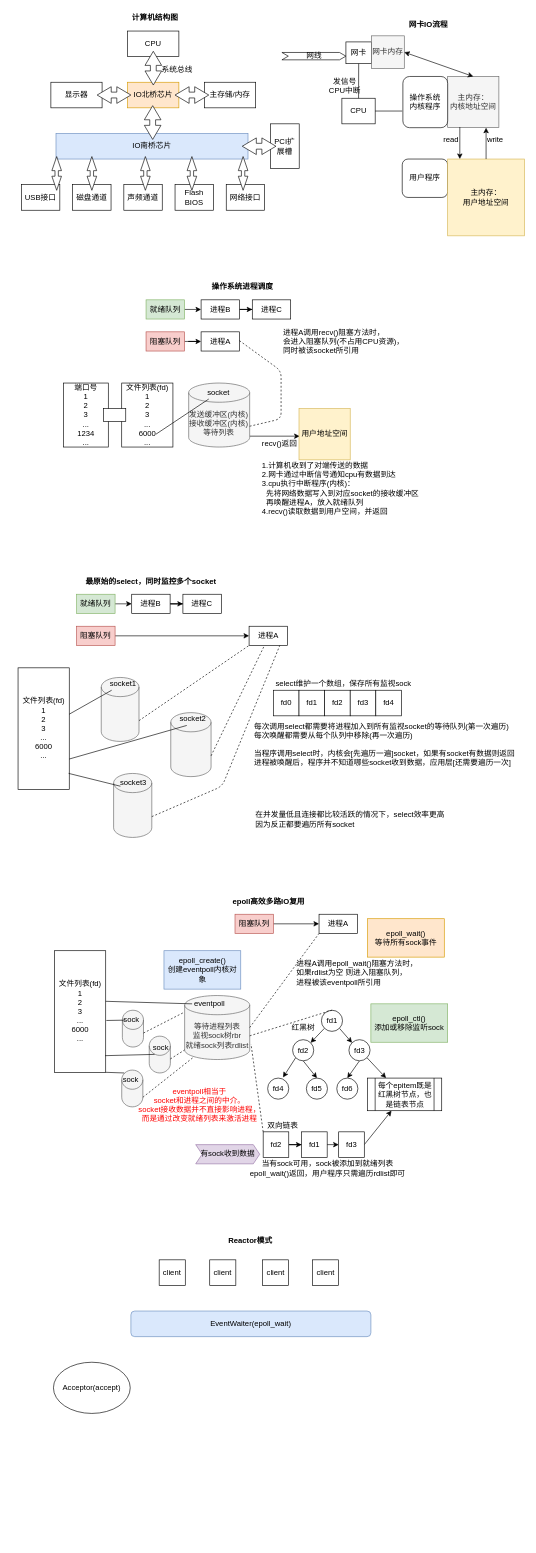
This is epoll.drawio from xuelei20/drawio, a draw.io file, before an edit. Source tidied: cells renumbered, new cells numbered last; positions are measured from the earlier drawing's top-left corner, leaving out a move shared by most shapes. Both pictures are drawn from the tidied source at 64%, with x=0, y=0 at pixel (18, 11).
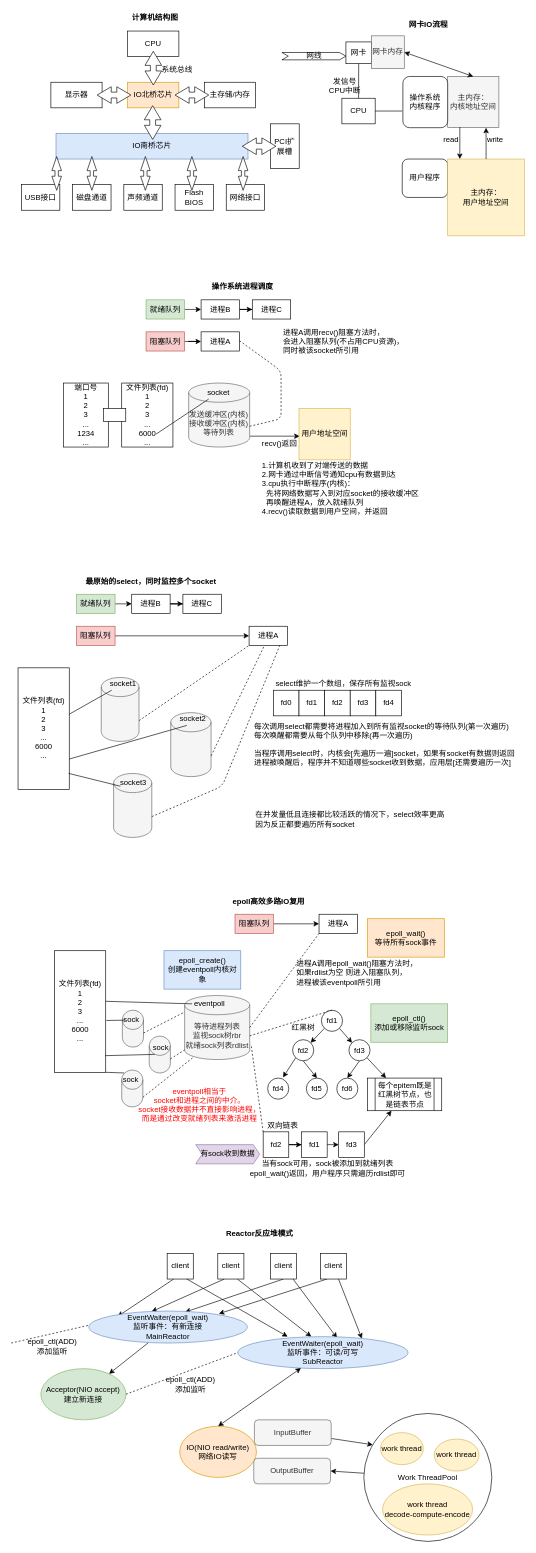
The same diagram, later.

Commit message:
Reactor反应堆模式

The edit, as a diff of the source:
```diff
@@
-    <mxCell id="144" value="Reactor模式" style="text;html=1;strokeColor=none;fillColor=none;align=center;verticalAlign=middle;whiteSpace=wrap;rounded=0;fontStyle=1;" parent="1" vertex="1">
-      <mxGeometry x="327.3" y="1911" width="72.3" height="20" as="geometry" />
+    <mxCell id="144" value="Reactor反应堆模式" style="text;html=1;strokeColor=none;fillColor=none;align=center;verticalAlign=middle;whiteSpace=wrap;rounded=0;fontStyle=1;" parent="1" vertex="1">
+      <mxGeometry x="315.7" y="1901" width="123.3" height="20" as="geometry" />
     </mxCell>
+    <mxCell id="151" style="rounded=0;jettySize=auto;html=1;entryX=0.182;entryY=0.167;entryDx=0;entryDy=0;entryPerimeter=0;exitX=0.25;exitY=1;exitDx=0;exitDy=0;" parent="1" edge="1" source="145" target="149">
+      <mxGeometry relative="1" as="geometry" />
+    </mxCell>
     <mxCell id="145" value="client" style="rounded=0;whiteSpace=wrap;html=1;" parent="1" vertex="1">
-      <mxGeometry x="220.2" y="1951" width="40.8" height="40" as="geometry" />
+      <mxGeometry x="232.7" y="1941" width="40.8" height="40" as="geometry" />
     </mxCell>
+    <mxCell id="152" style="edgeStyle=none;rounded=0;jettySize=auto;html=1;entryX=0.396;entryY=0.017;entryDx=0;entryDy=0;entryPerimeter=0;exitX=0.25;exitY=1;exitDx=0;exitDy=0;" parent="1" edge="1" source="146" target="149">
+      <mxGeometry relative="1" as="geometry" />
+    </mxCell>
+    <mxCell id="153" style="edgeStyle=none;rounded=0;jettySize=auto;html=1;entryX=0.432;entryY=0;entryDx=0;entryDy=0;entryPerimeter=0;exitX=0.75;exitY=1;exitDx=0;exitDy=0;" parent="1" edge="1" source="146" target="163">
+      <mxGeometry relative="1" as="geometry" />
+    </mxCell>
     <mxCell id="146" value="client" style="rounded=0;whiteSpace=wrap;html=1;" parent="1" vertex="1">
-      <mxGeometry x="299.2" y="1951" width="40.8" height="40" as="geometry" />
+      <mxGeometry x="311.8" y="1941" width="40.8" height="40" as="geometry" />
     </mxCell>
+    <mxCell id="154" style="edgeStyle=none;rounded=0;jettySize=auto;html=1;exitX=0.5;exitY=1;exitDx=0;exitDy=0;entryX=0.607;entryY=0.033;entryDx=0;entryDy=0;entryPerimeter=0;" parent="1" edge="1" source="147" target="149">
+      <mxGeometry relative="1" as="geometry" />
+    </mxCell>
+    <mxCell id="155" style="edgeStyle=none;rounded=0;jettySize=auto;html=1;entryX=0.583;entryY=0.04;entryDx=0;entryDy=0;entryPerimeter=0;" parent="1" edge="1" source="147" target="163">
+      <mxGeometry relative="1" as="geometry" />
+    </mxCell>
     <mxCell id="147" value="client" style="rounded=0;whiteSpace=wrap;html=1;" parent="1" vertex="1">
-      <mxGeometry x="381.5" y="1951" width="40.8" height="40" as="geometry" />
+      <mxGeometry x="394" y="1941" width="40.8" height="40" as="geometry" />
     </mxCell>
+    <mxCell id="156" style="edgeStyle=none;rounded=0;jettySize=auto;html=1;entryX=0.82;entryY=0.083;entryDx=0;entryDy=0;entryPerimeter=0;exitX=0.25;exitY=1;exitDx=0;exitDy=0;" parent="1" edge="1" source="148" target="149">
+      <mxGeometry relative="1" as="geometry" />
+    </mxCell>
+    <mxCell id="157" style="edgeStyle=none;rounded=0;jettySize=auto;html=1;entryX=0.729;entryY=0.06;entryDx=0;entryDy=0;entryPerimeter=0;" parent="1" edge="1" source="148" target="163">
+      <mxGeometry relative="1" as="geometry" />
+    </mxCell>
     <mxCell id="148" value="client" style="rounded=0;whiteSpace=wrap;html=1;" parent="1" vertex="1">
-      <mxGeometry x="459.7" y="1951" width="40.8" height="40" as="geometry" />
+      <mxGeometry x="472.2" y="1941" width="40.8" height="40" as="geometry" />
     </mxCell>
+    <mxCell id="158" style="edgeStyle=none;rounded=0;jettySize=auto;html=1;" parent="1" edge="1" source="149" target="150">
+      <mxGeometry relative="1" as="geometry" />
+    </mxCell>
-    <mxCell id="149" value="EventWaiter(epoll_wait)" style="rounded=1;whiteSpace=wrap;html=1;fillColor=#dae8fc;strokeColor=#6c8ebf;" parent="1" vertex="1">
-      <mxGeometry x="176" y="2031" width="375" height="40" as="geometry" />
+    <mxCell id="149" value="EventWaiter(epoll_wait)&lt;br&gt;监听事件：有新连接&lt;br&gt;MainReactor" style="ellipse;whiteSpace=wrap;html=1;fillColor=#dae8fc;strokeColor=#6c8ebf;" parent="1" vertex="1">
+      <mxGeometry x="110.3" y="2031" width="247.7" height="50" as="geometry" />
     </mxCell>
-    <mxCell id="150" value="Acceptor(accept)" style="ellipse;whiteSpace=wrap;html=1;" parent="1" vertex="1">
-      <mxGeometry x="55" y="2111" width="120" height="80" as="geometry" />
+    <mxCell id="150" value="Acceptor(NIO accept)&lt;br&gt;建立新连接" style="ellipse;whiteSpace=wrap;html=1;fillColor=#d5e8d4;strokeColor=#82b366;" parent="1" vertex="1">
+      <mxGeometry x="35.3" y="2121" width="133" height="80" as="geometry" />
     </mxCell>
+    <mxCell id="159" value="IO(NIO read/write)&lt;br&gt;网络IO读写" style="ellipse;whiteSpace=wrap;html=1;fillColor=#ffe6cc;strokeColor=#d79b00;" parent="1" vertex="1">
+      <mxGeometry x="252.3" y="2211" width="120" height="80" as="geometry" />
+    </mxCell>
+    <mxCell id="160" style="edgeStyle=none;rounded=0;jettySize=auto;html=1;entryX=0.07;entryY=0.245;entryDx=0;entryDy=0;entryPerimeter=0;" parent="1" edge="1" source="161" target="171">
+      <mxGeometry relative="1" as="geometry" />
+    </mxCell>
+    <mxCell id="161" value="InputBuffer" style="rounded=1;whiteSpace=wrap;html=1;fillColor=#f5f5f5;strokeColor=#666666;fontColor=#333333;" parent="1" vertex="1">
+      <mxGeometry x="369" y="2201" width="120" height="40" as="geometry" />
+    </mxCell>
+    <mxCell id="162" value="OutputBuffer" style="rounded=1;whiteSpace=wrap;html=1;fillColor=#f5f5f5;strokeColor=#666666;fontColor=#333333;" parent="1" vertex="1">
+      <mxGeometry x="368" y="2261" width="120" height="40" as="geometry" />
+    </mxCell>
+    <mxCell id="163" value="EventWaiter(epoll_wait)&lt;br&gt;监听事件：可读/可写&lt;br&gt;SubReactor" style="ellipse;whiteSpace=wrap;html=1;fillColor=#dae8fc;strokeColor=#6c8ebf;" parent="1" vertex="1">
+      <mxGeometry x="343" y="2071" width="266" height="50" as="geometry" />
+    </mxCell>
+    <mxCell id="164" style="endArrow=none;dashed=1;html=1;exitX=1;exitY=0.5;exitDx=0;exitDy=0;entryX=0;entryY=0.5;entryDx=0;entryDy=0;" parent="1" edge="1" source="150" target="163">
+      <mxGeometry relative="1" as="geometry" />
+    </mxCell>
+    <mxCell id="165" value="epoll_ctl(ADD)&lt;br&gt;添加监听" style="text;html=1;align=center;verticalAlign=middle;" parent="1" vertex="1">
+      <mxGeometry x="223.7" y="2131" width="90" height="30" as="geometry" />
+    </mxCell>
+    <mxCell id="166" style="endArrow=classic;html=1;exitX=0.75;exitY=1;exitDx=0;exitDy=0;entryX=0.293;entryY=0;entryDx=0;entryDy=0;entryPerimeter=0;" parent="1" edge="1" source="145" target="163">
+      <mxGeometry relative="1" as="geometry" />
+    </mxCell>
+    <mxCell id="167" style="endArrow=none;dashed=1;html=1;entryX=0.008;entryY=0.64;entryDx=0;entryDy=0;entryPerimeter=0;" parent="1" edge="1">
+      <mxGeometry relative="1" as="geometry">
+        <mxPoint x="-11" y="2081" as="sourcePoint" />
+        <mxPoint x="111.3" y="2053" as="targetPoint" />
+      </mxGeometry>
+    </mxCell>
+    <mxCell id="168" value="epoll_ctl(ADD)&lt;br&gt;添加监听" style="text;html=1;align=center;verticalAlign=middle;" parent="1" vertex="1">
+      <mxGeometry x="7.7" y="2071" width="90" height="30" as="geometry" />
+    </mxCell>
+    <mxCell id="169" style="endArrow=classic;startArrow=classic;html=1;exitX=0.5;exitY=0;exitDx=0;exitDy=0;" parent="1" edge="1" source="159" target="163">
+      <mxGeometry relative="1" as="geometry" />
+    </mxCell>
+    <mxCell id="170" style="edgeStyle=none;rounded=0;jettySize=auto;html=1;entryX=1;entryY=0.5;entryDx=0;entryDy=0;" parent="1" edge="1" source="171" target="162">
+      <mxGeometry relative="1" as="geometry" />
+    </mxCell>
+    <mxCell id="171" value="Work ThreadPool" style="ellipse;whiteSpace=wrap;html=1;" parent="1" vertex="1">
+      <mxGeometry x="540" y="2191" width="200" height="200" as="geometry" />
+    </mxCell>
+    <mxCell id="172" value="work thread" style="ellipse;whiteSpace=wrap;html=1;fillColor=#fff2cc;strokeColor=#d6b656;" parent="1" vertex="1">
+      <mxGeometry x="566" y="2221" width="67" height="50" as="geometry" />
+    </mxCell>
+    <mxCell id="173" value="work thread" style="ellipse;whiteSpace=wrap;html=1;fillColor=#fff2cc;strokeColor=#d6b656;" parent="1" vertex="1">
+      <mxGeometry x="650" y="2231" width="70" height="50" as="geometry" />
+    </mxCell>
+    <mxCell id="174" value="work thread&lt;br&gt;decode-compute-encode" style="ellipse;whiteSpace=wrap;html=1;fillColor=#fff2cc;strokeColor=#d6b656;" parent="1" vertex="1">
+      <mxGeometry x="569.2" y="2301" width="140.8" height="80" as="geometry" />
+    </mxCell>
```
